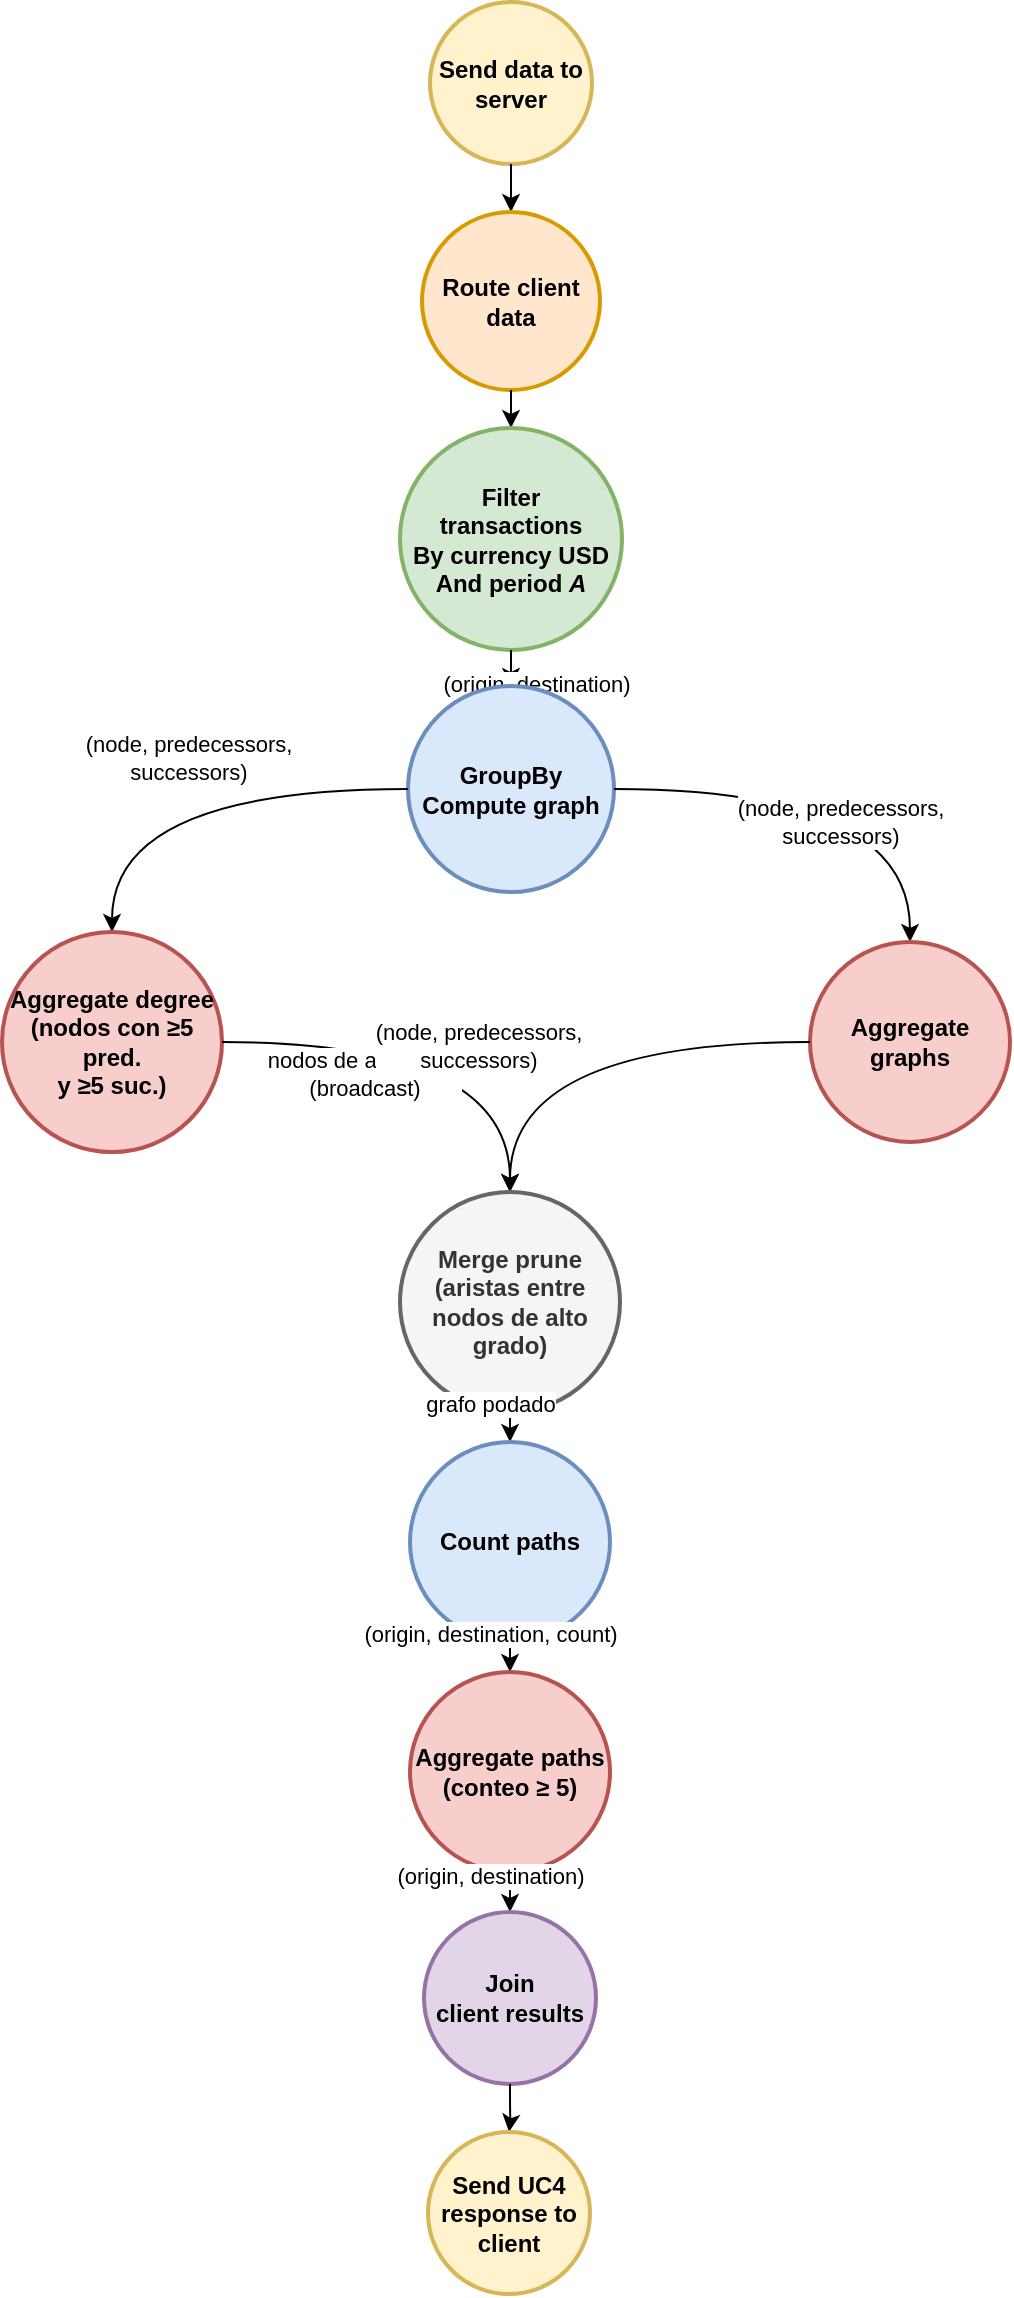
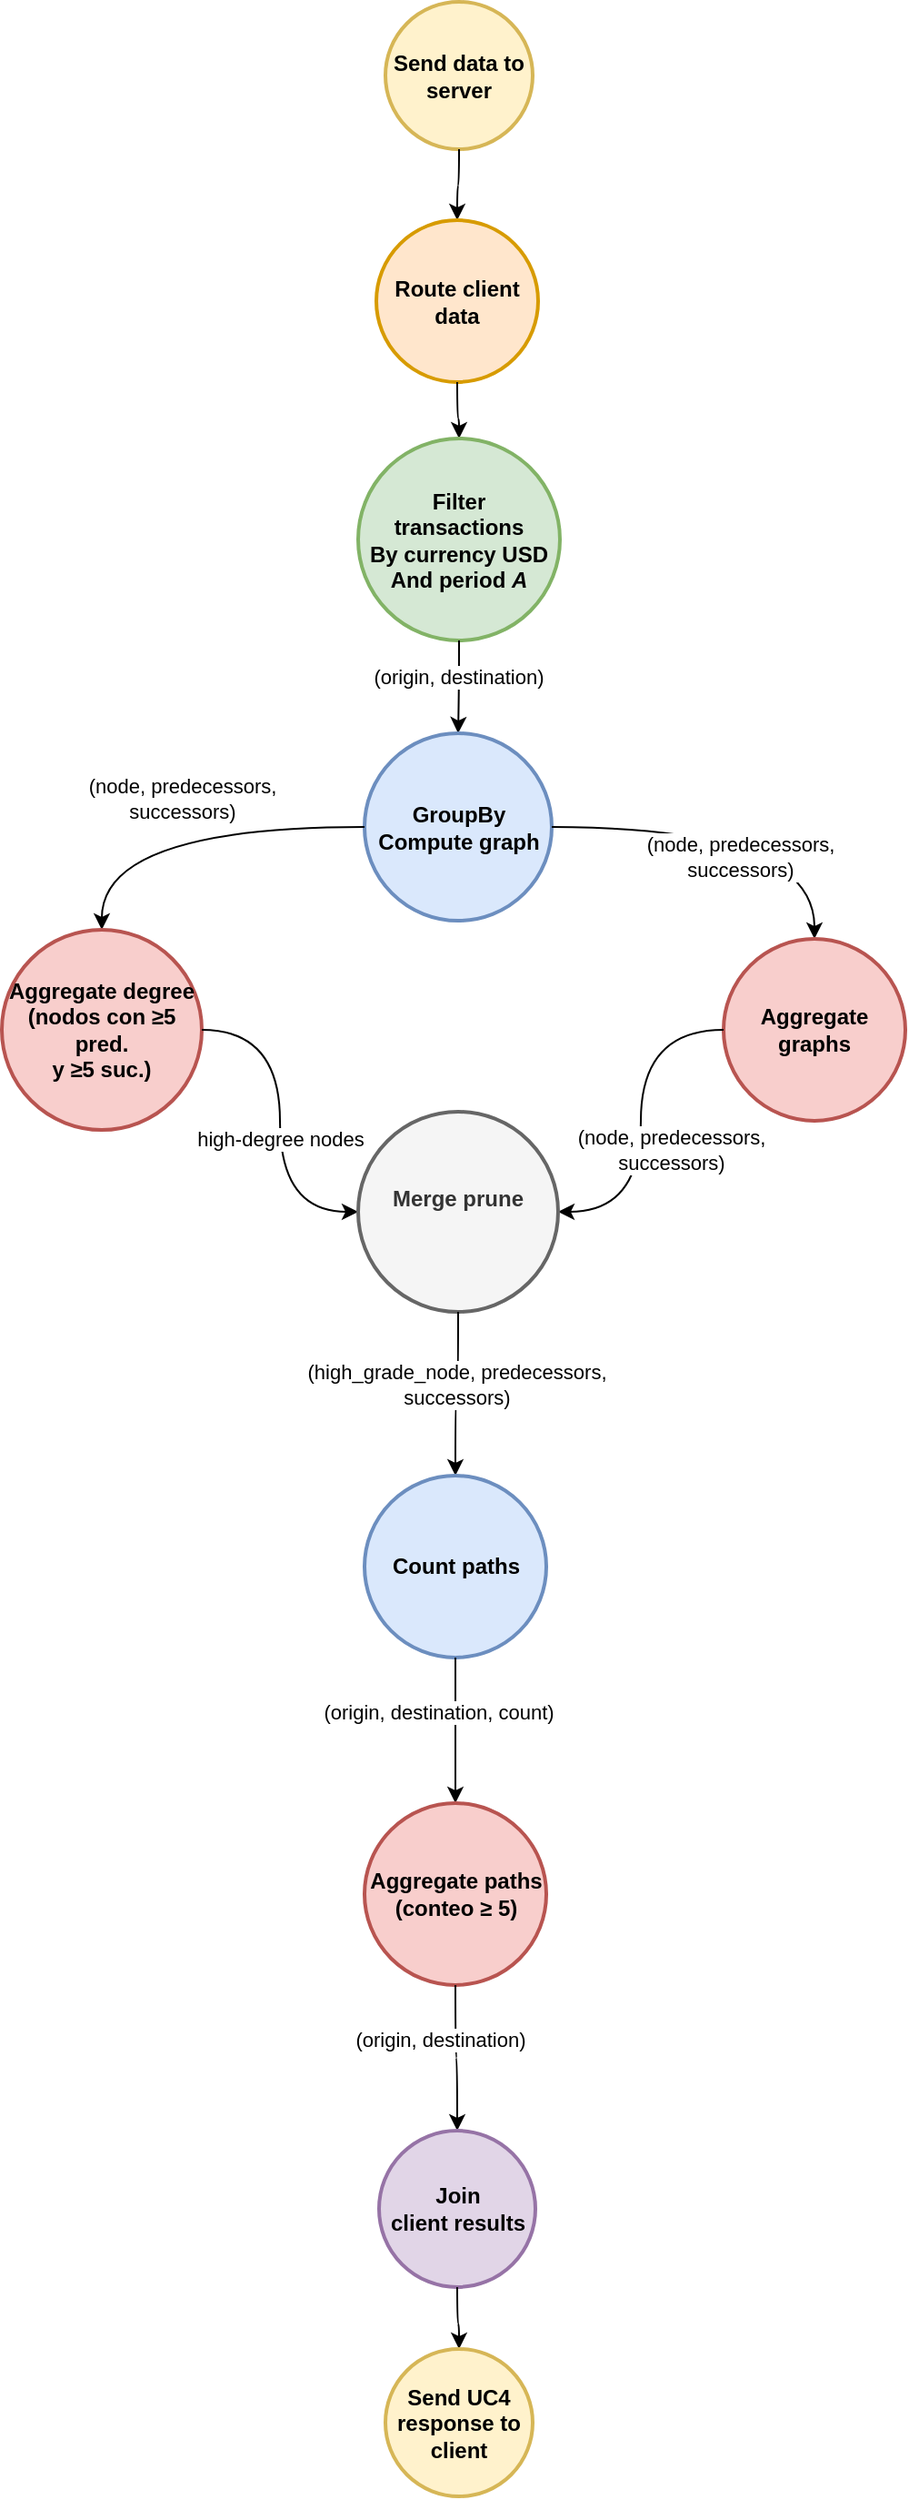
- <mxfile host="Electron" version="29.6.1">
+ <mxfile host="Electron">
  <diagram name="cluster-16" id="cluster-16">
-     <mxGraphModel dx="-2990" dy="4608" grid="1" gridSize="10" guides="1" tooltips="1" connect="1" arrows="1" fold="1" page="0" pageScale="1" pageWidth="850" pageHeight="1100" math="0" shadow="0">
+     <mxGraphModel dx="2383" dy="1225" grid="1" gridSize="10" guides="1" tooltips="1" connect="1" arrows="1" fold="1" page="0" pageScale="1" pageWidth="850" pageHeight="1100" math="0" shadow="0">
      <root>
        <mxCell id="0" />
        <mxCell id="1" parent="0" />
- 
- 
        <mxCell id="u4d-n1" parent="1" style="ellipse;whiteSpace=wrap;html=1;aspect=fixed;strokeWidth=2;fillColor=#fff2cc;strokeColor=#d6b656;fontStyle=1;" value="Send data to&lt;div&gt;server&lt;/div&gt;" vertex="1">
-           <mxGeometry height="81" width="81" x="234.00" y="20.00" as="geometry" />
+           <mxGeometry height="81" width="81" x="234" y="-20" as="geometry" />
        </mxCell>
- 
- 
-         <mxCell id="u4d-e1" edge="1" parent="1" source="u4d-n1" target="u4d-n2" style="edgeStyle=orthogonalEdgeStyle;shape=connector;curved=1;rounded=0;orthogonalLoop=1;jettySize=auto;html=1;strokeColor=default;align=center;verticalAlign=middle;fontFamily=Helvetica;fontSize=11;fontColor=default;labelBackgroundColor=default;endArrow=classic;">
+         <mxCell id="u4d-e1" edge="1" parent="1" source="u4d-n1" style="edgeStyle=orthogonalEdgeStyle;shape=connector;curved=1;rounded=0;orthogonalLoop=1;jettySize=auto;html=1;strokeColor=default;align=center;verticalAlign=middle;fontFamily=Helvetica;fontSize=11;fontColor=default;labelBackgroundColor=default;endArrow=classic;" target="u4d-n2">
          <mxGeometry relative="1" as="geometry" />
        </mxCell>
- 
- 
        <mxCell id="u4d-n2" parent="1" style="ellipse;whiteSpace=wrap;html=1;aspect=fixed;strokeWidth=2;fillColor=#ffe6cc;strokeColor=#d79b00;fontStyle=1;" value="Route client&lt;div&gt;data&lt;/div&gt;" vertex="1">
-           <mxGeometry height="89" width="89" x="230.00" y="125.00" as="geometry" />
+           <mxGeometry height="89" width="89" x="229" y="100" as="geometry" />
        </mxCell>
- 
- 
-         <mxCell id="u4d-e2" edge="1" parent="1" source="u4d-n2" target="u4d-n3" style="edgeStyle=orthogonalEdgeStyle;shape=connector;curved=1;rounded=0;orthogonalLoop=1;jettySize=auto;html=1;strokeColor=default;align=center;verticalAlign=middle;fontFamily=Helvetica;fontSize=11;fontColor=default;labelBackgroundColor=default;endArrow=classic;">
+         <mxCell id="u4d-e2" edge="1" parent="1" source="u4d-n2" style="edgeStyle=orthogonalEdgeStyle;shape=connector;curved=1;rounded=0;orthogonalLoop=1;jettySize=auto;html=1;strokeColor=default;align=center;verticalAlign=middle;fontFamily=Helvetica;fontSize=11;fontColor=default;labelBackgroundColor=default;endArrow=classic;" target="u4d-n3">
          <mxGeometry relative="1" as="geometry" />
        </mxCell>
- 
- 
        <mxCell id="u4d-n3" parent="1" style="ellipse;whiteSpace=wrap;html=1;aspect=fixed;strokeWidth=2;fillColor=#d5e8d4;strokeColor=#82b366;fontStyle=1;" value="&lt;b&gt;Filter&lt;/b&gt;&lt;div&gt;transactions&lt;/div&gt;&lt;div&gt;&lt;b&gt;By&lt;/b&gt; currency USD&lt;/div&gt;&lt;div&gt;&lt;b&gt;And&lt;/b&gt; period &lt;i&gt;A&lt;/i&gt;&lt;/div&gt;" vertex="1">
-           <mxGeometry height="111" width="111" x="219.00" y="233.00" as="geometry" />
+           <mxGeometry height="111" width="111" x="219" y="220" as="geometry" />
        </mxCell>
- 
- 
-         <mxCell id="u4d-e3a" edge="1" parent="1" source="u4d-n3" target="u4d-n4" style="edgeStyle=orthogonalEdgeStyle;shape=connector;curved=1;rounded=0;orthogonalLoop=1;jettySize=auto;html=1;strokeColor=default;align=center;verticalAlign=middle;fontFamily=Helvetica;fontSize=11;fontColor=default;labelBackgroundColor=default;endArrow=classic;">
+         <mxCell id="u4d-e3a" edge="1" parent="1" source="u4d-n3" style="edgeStyle=orthogonalEdgeStyle;shape=connector;curved=1;rounded=0;orthogonalLoop=1;jettySize=auto;html=1;strokeColor=default;align=center;verticalAlign=middle;fontFamily=Helvetica;fontSize=11;fontColor=default;labelBackgroundColor=default;endArrow=classic;" target="u4d-n4">
          <mxGeometry relative="1" as="geometry" />
        </mxCell>
        <mxCell id="u4d-e3a-lbl" connectable="0" parent="u4d-e3a" style="edgeLabel;html=1;align=center;verticalAlign=middle;resizable=0;points=[];fontFamily=Helvetica;fontSize=11;fontColor=default;labelBackgroundColor=default;" value="(origin, destination)" vertex="1">
-           <mxGeometry relative="1" x="-0.25" y="-12" as="geometry"><mxPoint as="offset" /></mxGeometry>
+           <mxGeometry relative="1" x="-0.25" y="-12" as="geometry">
+             <mxPoint x="11" as="offset" />
+           </mxGeometry>
        </mxCell>
- 
- 
        <mxCell id="u4d-n4" parent="1" style="ellipse;whiteSpace=wrap;html=1;aspect=fixed;strokeWidth=2;fillColor=#dae8fc;strokeColor=#6c8ebf;fontStyle=1;" value="&lt;b&gt;GroupBy&lt;/b&gt;&lt;div&gt;Compute graph&lt;/div&gt;" vertex="1">
-           <mxGeometry height="103" width="103" x="223.00" y="362.00" as="geometry" />
+           <mxGeometry height="103" width="103" x="222.5" y="382" as="geometry" />
        </mxCell>
- 
- 
-         <mxCell id="u4d-e4a" edge="1" parent="1" source="u4d-n4" target="u4d-n5a" style="edgeStyle=orthogonalEdgeStyle;shape=connector;curved=1;rounded=0;orthogonalLoop=1;jettySize=auto;html=1;strokeColor=default;align=center;verticalAlign=middle;fontFamily=Helvetica;fontSize=11;fontColor=default;labelBackgroundColor=default;endArrow=classic;">
+         <mxCell id="u4d-e4a" edge="1" parent="1" source="u4d-n4" style="edgeStyle=orthogonalEdgeStyle;shape=connector;curved=1;rounded=0;orthogonalLoop=1;jettySize=auto;html=1;strokeColor=default;align=center;verticalAlign=middle;fontFamily=Helvetica;fontSize=11;fontColor=default;labelBackgroundColor=default;endArrow=classic;" target="u4d-n5a">
          <mxGeometry relative="1" as="geometry" />
        </mxCell>
        <mxCell id="u4d-e4a-lbl" connectable="0" parent="u4d-e4a" style="edgeLabel;html=1;align=center;verticalAlign=middle;resizable=0;points=[];fontFamily=Helvetica;fontSize=11;fontColor=default;labelBackgroundColor=default;" value="(node, predecessors,&lt;div&gt;successors)&lt;/div&gt;" vertex="1">
-           <mxGeometry relative="1" x="0" y="-16" as="geometry"><mxPoint as="offset" /></mxGeometry>
+           <mxGeometry relative="1" y="-16" as="geometry">
+             <mxPoint as="offset" />
+           </mxGeometry>
        </mxCell>
- 
- 
-         <mxCell id="u4d-e4b" edge="1" parent="1" source="u4d-n4" target="u4d-n5b" style="edgeStyle=orthogonalEdgeStyle;shape=connector;curved=1;rounded=0;orthogonalLoop=1;jettySize=auto;html=1;strokeColor=default;align=center;verticalAlign=middle;fontFamily=Helvetica;fontSize=11;fontColor=default;labelBackgroundColor=default;endArrow=classic;">
+         <mxCell id="u4d-e4b" edge="1" parent="1" source="u4d-n4" style="edgeStyle=orthogonalEdgeStyle;shape=connector;curved=1;rounded=0;orthogonalLoop=1;jettySize=auto;html=1;strokeColor=default;align=center;verticalAlign=middle;fontFamily=Helvetica;fontSize=11;fontColor=default;labelBackgroundColor=default;endArrow=classic;" target="u4d-n5b">
          <mxGeometry relative="1" as="geometry" />
        </mxCell>
        <mxCell id="u4d-e4b-lbl" connectable="0" parent="u4d-e4b" style="edgeLabel;html=1;align=center;verticalAlign=middle;resizable=0;points=[];fontFamily=Helvetica;fontSize=11;fontColor=default;labelBackgroundColor=default;" value="(node, predecessors,&lt;div&gt;successors)&lt;/div&gt;" vertex="1">
-           <mxGeometry relative="1" x="0" y="-16" as="geometry"><mxPoint as="offset" /></mxGeometry>
+           <mxGeometry relative="1" y="-16" as="geometry">
+             <mxPoint as="offset" />
+           </mxGeometry>
        </mxCell>
- 
- 
        <mxCell id="u4d-n5a" parent="1" style="ellipse;whiteSpace=wrap;html=1;aspect=fixed;strokeWidth=2;fillColor=#f8cecc;strokeColor=#b85450;fontStyle=1;" value="&lt;b&gt;Aggregate degree&lt;/b&gt;&lt;div&gt;(nodos con &amp;#8805;5 pred.&lt;/div&gt;&lt;div&gt;y &amp;#8805;5 suc.)&lt;/div&gt;" vertex="1">
-           <mxGeometry height="110" width="110" x="20.00" y="485.00" as="geometry" />
+           <mxGeometry height="110" width="110" x="23" y="490" as="geometry" />
        </mxCell>
- 
- 
        <mxCell id="u4d-n5b" parent="1" style="ellipse;whiteSpace=wrap;html=1;aspect=fixed;strokeWidth=2;fillColor=#f8cecc;strokeColor=#b85450;fontStyle=1;" value="&lt;b&gt;Aggregate&lt;/b&gt;&lt;div&gt;graphs&lt;/div&gt;" vertex="1">
-           <mxGeometry height="100" width="100" x="424.00" y="490.00" as="geometry" />
+           <mxGeometry height="100" width="100" x="420" y="495" as="geometry" />
        </mxCell>
- 
- 
-         <mxCell id="u4d-e5a" edge="1" parent="1" source="u4d-n5a" target="u4d-n6" style="edgeStyle=orthogonalEdgeStyle;shape=connector;curved=1;rounded=0;orthogonalLoop=1;jettySize=auto;html=1;strokeColor=default;align=center;verticalAlign=middle;fontFamily=Helvetica;fontSize=11;fontColor=default;labelBackgroundColor=default;endArrow=classic;">
+         <mxCell id="u4d-e5a" edge="1" parent="1" source="u4d-n5a" style="edgeStyle=orthogonalEdgeStyle;shape=connector;curved=1;rounded=0;orthogonalLoop=1;jettySize=auto;html=1;strokeColor=default;align=center;verticalAlign=middle;fontFamily=Helvetica;fontSize=11;fontColor=default;labelBackgroundColor=default;endArrow=classic;" target="u4d-n6">
          <mxGeometry relative="1" as="geometry" />
        </mxCell>
-         <mxCell id="u4d-e5a-lbl" connectable="0" parent="u4d-e5a" style="edgeLabel;html=1;align=center;verticalAlign=middle;resizable=0;points=[];fontFamily=Helvetica;fontSize=11;fontColor=default;labelBackgroundColor=default;" value="nodos de alto grado&lt;div&gt;(broadcast)&lt;/div&gt;" vertex="1">
-           <mxGeometry relative="1" x="-0.35" y="-16" as="geometry"><mxPoint as="offset" /></mxGeometry>
+         <mxCell id="u4d-e5a-lbl" connectable="0" parent="u4d-e5a" style="edgeLabel;html=1;align=center;verticalAlign=middle;resizable=0;points=[];fontFamily=Helvetica;fontSize=11;fontColor=default;labelBackgroundColor=default;" value="high-degree nodes" vertex="1">
+           <mxGeometry relative="1" x="-0.35" y="-16" as="geometry">
+             <mxPoint x="16" y="42" as="offset" />
+           </mxGeometry>
        </mxCell>
- 
- 
-         <mxCell id="u4d-e5b" edge="1" parent="1" source="u4d-n5b" target="u4d-n6" style="edgeStyle=orthogonalEdgeStyle;shape=connector;curved=1;rounded=0;orthogonalLoop=1;jettySize=auto;html=1;strokeColor=default;align=center;verticalAlign=middle;fontFamily=Helvetica;fontSize=11;fontColor=default;labelBackgroundColor=default;endArrow=classic;">
+         <mxCell id="u4d-e5b" edge="1" parent="1" source="u4d-n5b" style="edgeStyle=orthogonalEdgeStyle;shape=connector;curved=1;rounded=0;orthogonalLoop=1;jettySize=auto;html=1;strokeColor=default;align=center;verticalAlign=middle;fontFamily=Helvetica;fontSize=11;fontColor=default;labelBackgroundColor=default;endArrow=classic;" target="u4d-n6">
          <mxGeometry relative="1" as="geometry" />
        </mxCell>
        <mxCell id="u4d-e5b-lbl" connectable="0" parent="u4d-e5b" style="edgeLabel;html=1;align=center;verticalAlign=middle;resizable=0;points=[];fontFamily=Helvetica;fontSize=11;fontColor=default;labelBackgroundColor=default;" value="(node, predecessors,&lt;div&gt;successors)&lt;/div&gt;" vertex="1">
-           <mxGeometry relative="1" x="0.35" y="-16" as="geometry"><mxPoint as="offset" /></mxGeometry>
+           <mxGeometry relative="1" x="0.35" y="-16" as="geometry">
+             <mxPoint x="32" y="-18" as="offset" />
+           </mxGeometry>
        </mxCell>
- 
- 
-         <mxCell id="u4d-n6" parent="1" style="ellipse;whiteSpace=wrap;html=1;aspect=fixed;strokeWidth=2;fillColor=#f5f5f5;strokeColor=#666666;fontColor=#333333;fontStyle=1;" value="&lt;b&gt;Merge prune&lt;/b&gt;&lt;div&gt;(aristas entre&lt;/div&gt;&lt;div&gt;nodos de alto grado)&lt;/div&gt;" vertex="1">
-           <mxGeometry height="110" width="110" x="219.00" y="615.00" as="geometry" />
+         <mxCell id="u4d-n6" parent="1" style="ellipse;whiteSpace=wrap;html=1;aspect=fixed;strokeWidth=2;fillColor=#f5f5f5;strokeColor=#666666;fontColor=#333333;fontStyle=1;" value="&lt;b&gt;Merge prune&lt;/b&gt;&lt;div&gt;&lt;br&gt;&lt;/div&gt;" vertex="1">
+           <mxGeometry height="110" width="110" x="219" y="590" as="geometry" />
        </mxCell>
- 
- 
-         <mxCell id="u4d-e6" edge="1" parent="1" source="u4d-n6" target="u4d-n7" style="edgeStyle=orthogonalEdgeStyle;shape=connector;curved=1;rounded=0;orthogonalLoop=1;jettySize=auto;html=1;strokeColor=default;align=center;verticalAlign=middle;fontFamily=Helvetica;fontSize=11;fontColor=default;labelBackgroundColor=default;endArrow=classic;">
+         <mxCell id="u4d-e6" edge="1" parent="1" source="u4d-n6" style="edgeStyle=orthogonalEdgeStyle;shape=connector;curved=1;rounded=0;orthogonalLoop=1;jettySize=auto;html=1;strokeColor=default;align=center;verticalAlign=middle;fontFamily=Helvetica;fontSize=11;fontColor=default;labelBackgroundColor=default;endArrow=classic;" target="u4d-n7">
          <mxGeometry relative="1" as="geometry" />
        </mxCell>
-         <mxCell id="u4d-e6-lbl" connectable="0" parent="u4d-e6" style="edgeLabel;html=1;align=center;verticalAlign=middle;resizable=0;points=[];fontFamily=Helvetica;fontSize=11;fontColor=default;labelBackgroundColor=default;" value="grafo podado" vertex="1">
-           <mxGeometry relative="1" x="0.4" y="-10" as="geometry"><mxPoint as="offset" /></mxGeometry>
+         <mxCell id="u4d-e6-lbl" connectable="0" parent="u4d-e6" style="edgeLabel;html=1;align=center;verticalAlign=middle;resizable=0;points=[];fontFamily=Helvetica;fontSize=11;fontColor=default;labelBackgroundColor=default;" value="(high_grade_node, predecessors,&lt;div&gt;successors)&lt;/div&gt;" vertex="1">
+           <mxGeometry relative="1" x="0.4" y="-10" as="geometry">
+             <mxPoint x="10" y="-23" as="offset" />
+           </mxGeometry>
        </mxCell>
- 
- 
        <mxCell id="u4d-n7" parent="1" style="ellipse;whiteSpace=wrap;html=1;aspect=fixed;strokeWidth=2;fillColor=#dae8fc;strokeColor=#6c8ebf;fontStyle=1;" value="&lt;b&gt;Count paths&lt;/b&gt;" vertex="1">
-           <mxGeometry height="100" width="100" x="224.00" y="740.00" as="geometry" />
+           <mxGeometry height="100" width="100" x="222.5" y="790" as="geometry" />
        </mxCell>
- 
- 
-         <mxCell id="u4d-e7" edge="1" parent="1" source="u4d-n7" target="u4d-n8" style="edgeStyle=orthogonalEdgeStyle;shape=connector;curved=1;rounded=0;orthogonalLoop=1;jettySize=auto;html=1;strokeColor=default;align=center;verticalAlign=middle;fontFamily=Helvetica;fontSize=11;fontColor=default;labelBackgroundColor=default;endArrow=classic;">
+         <mxCell id="u4d-e7" edge="1" parent="1" source="u4d-n7" style="edgeStyle=orthogonalEdgeStyle;shape=connector;curved=1;rounded=0;orthogonalLoop=1;jettySize=auto;html=1;strokeColor=default;align=center;verticalAlign=middle;fontFamily=Helvetica;fontSize=11;fontColor=default;labelBackgroundColor=default;endArrow=classic;" target="u4d-n8">
          <mxGeometry relative="1" as="geometry" />
        </mxCell>
        <mxCell id="u4d-e7-lbl" connectable="0" parent="u4d-e7" style="edgeLabel;html=1;align=center;verticalAlign=middle;resizable=0;points=[];fontFamily=Helvetica;fontSize=11;fontColor=default;labelBackgroundColor=default;" value="(origin, destination, count)" vertex="1">
-           <mxGeometry relative="1" x="0.4" y="-10" as="geometry"><mxPoint as="offset" /></mxGeometry>
+           <mxGeometry relative="1" x="0.4" y="-10" as="geometry">
+             <mxPoint y="-26" as="offset" />
+           </mxGeometry>
        </mxCell>
- 
- 
        <mxCell id="u4d-n8" parent="1" style="ellipse;whiteSpace=wrap;html=1;aspect=fixed;strokeWidth=2;fillColor=#f8cecc;strokeColor=#b85450;fontStyle=1;" value="&lt;b&gt;Aggregate paths&lt;/b&gt;&lt;div&gt;(conteo &amp;#8805; 5)&lt;/div&gt;" vertex="1">
-           <mxGeometry height="100" width="100" x="224.00" y="855.00" as="geometry" />
+           <mxGeometry height="100" width="100" x="222.5" y="970" as="geometry" />
        </mxCell>
- 
- 
-         <mxCell id="u4d-e8" edge="1" parent="1" source="u4d-n8" target="u4d-n9" style="edgeStyle=orthogonalEdgeStyle;shape=connector;curved=1;rounded=0;orthogonalLoop=1;jettySize=auto;html=1;strokeColor=default;align=center;verticalAlign=middle;fontFamily=Helvetica;fontSize=11;fontColor=default;labelBackgroundColor=default;endArrow=classic;">
+         <mxCell id="u4d-e8" edge="1" parent="1" source="u4d-n8" style="edgeStyle=orthogonalEdgeStyle;shape=connector;curved=1;rounded=0;orthogonalLoop=1;jettySize=auto;html=1;strokeColor=default;align=center;verticalAlign=middle;fontFamily=Helvetica;fontSize=11;fontColor=default;labelBackgroundColor=default;endArrow=classic;" target="u4d-n9">
          <mxGeometry relative="1" as="geometry" />
        </mxCell>
        <mxCell id="u4d-e8-lbl" connectable="0" parent="u4d-e8" style="edgeLabel;html=1;align=center;verticalAlign=middle;resizable=0;points=[];fontFamily=Helvetica;fontSize=11;fontColor=default;labelBackgroundColor=default;" value="(origin, destination)" vertex="1">
-           <mxGeometry relative="1" x="0.4" y="-10" as="geometry"><mxPoint as="offset" /></mxGeometry>
+           <mxGeometry relative="1" x="0.4" y="-10" as="geometry">
+             <mxPoint y="-26" as="offset" />
+           </mxGeometry>
        </mxCell>
- 
- 
        <mxCell id="u4d-n9" parent="1" style="ellipse;whiteSpace=wrap;html=1;aspect=fixed;strokeWidth=2;fillColor=#e1d5e7;strokeColor=#9673a6;fontStyle=1;" value="&lt;b&gt;Join&lt;/b&gt;&lt;div&gt;client results&lt;/div&gt;" vertex="1">
-           <mxGeometry height="86" width="86" x="231.00" y="975.00" as="geometry" />
+           <mxGeometry height="86" width="86" x="230.5" y="1150" as="geometry" />
        </mxCell>
- 
- 
-         <mxCell id="u4d-e9" edge="1" parent="1" source="u4d-n9" target="u4d-n10" style="edgeStyle=orthogonalEdgeStyle;shape=connector;curved=1;rounded=0;orthogonalLoop=1;jettySize=auto;html=1;strokeColor=default;align=center;verticalAlign=middle;fontFamily=Helvetica;fontSize=11;fontColor=default;labelBackgroundColor=default;endArrow=classic;">
+         <mxCell id="u4d-e9" edge="1" parent="1" source="u4d-n9" style="edgeStyle=orthogonalEdgeStyle;shape=connector;curved=1;rounded=0;orthogonalLoop=1;jettySize=auto;html=1;strokeColor=default;align=center;verticalAlign=middle;fontFamily=Helvetica;fontSize=11;fontColor=default;labelBackgroundColor=default;endArrow=classic;" target="u4d-n10">
          <mxGeometry relative="1" as="geometry" />
        </mxCell>
- 
- 
        <mxCell id="u4d-n10" parent="1" style="ellipse;whiteSpace=wrap;html=1;aspect=fixed;strokeWidth=2;fillColor=#fff2cc;strokeColor=#d6b656;fontStyle=1;" value="Send UC4 response to client" vertex="1">
-           <mxGeometry height="81" width="81" x="233.00" y="1085.00" as="geometry" />
+           <mxGeometry height="81" width="81" x="234" y="1270" as="geometry" />
        </mxCell>
- 
      </root>
    </mxGraphModel>
  </diagram>
- </mxfile>+ </mxfile>
